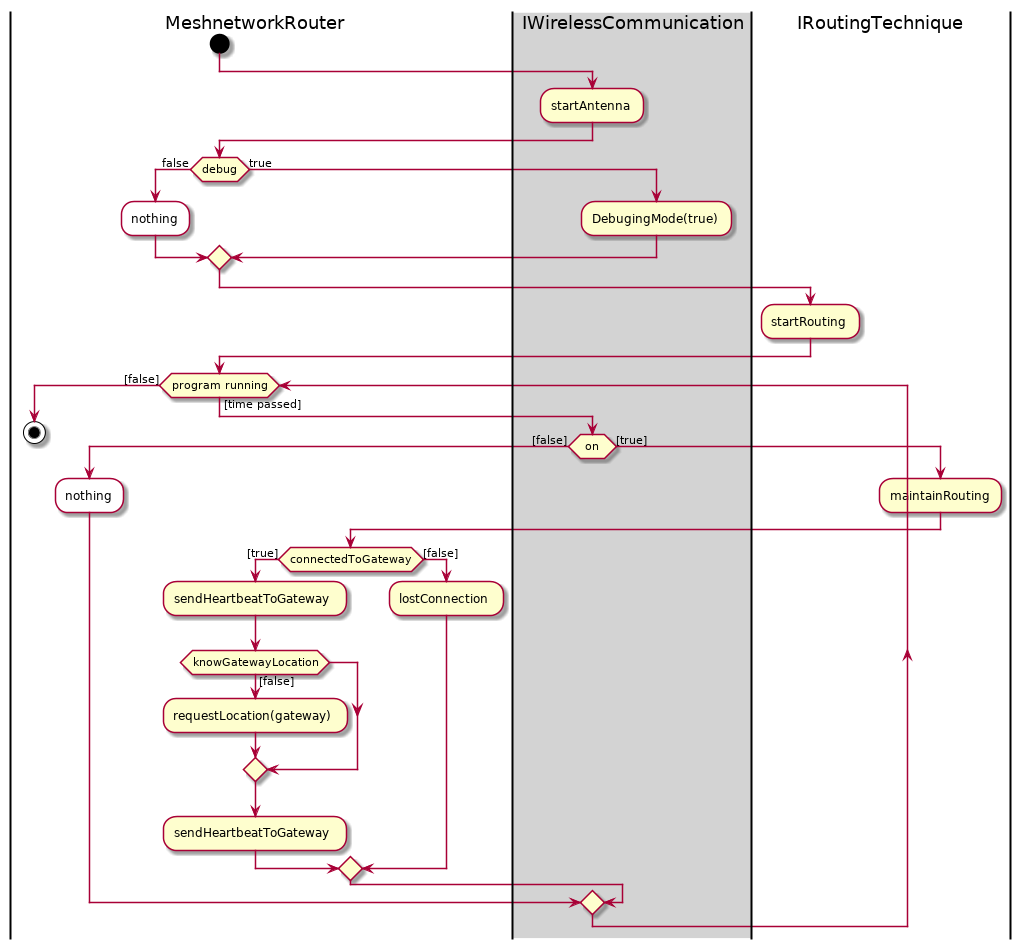
The PlantUML diagram Docs/DesignDocumenten/UML/out/Communication/activity/MeshRouter/MeshRouter.png in mauriceberentsen/Automated-Drone-Distribution-Network, before a commit.
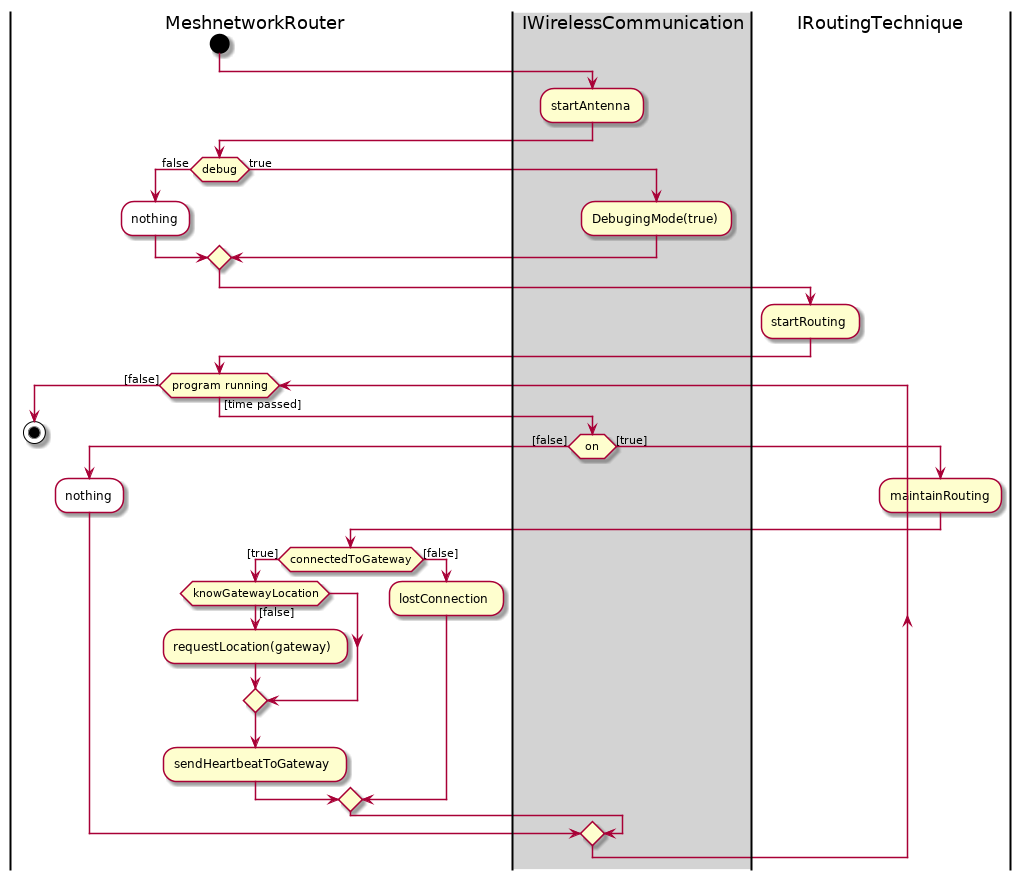
After the change.

Diff of the diagram source:
```diff
@@ -25,7 +25,7 @@
     :maintainRouting;
     |MeshnetworkRouter|
     if(connectedToGateway) then([true])
-    :sendHeartbeatToGateway;
+
     	if(knowGatewayLocation) then ([false])
         :requestLocation(gateway);
         endif
```
